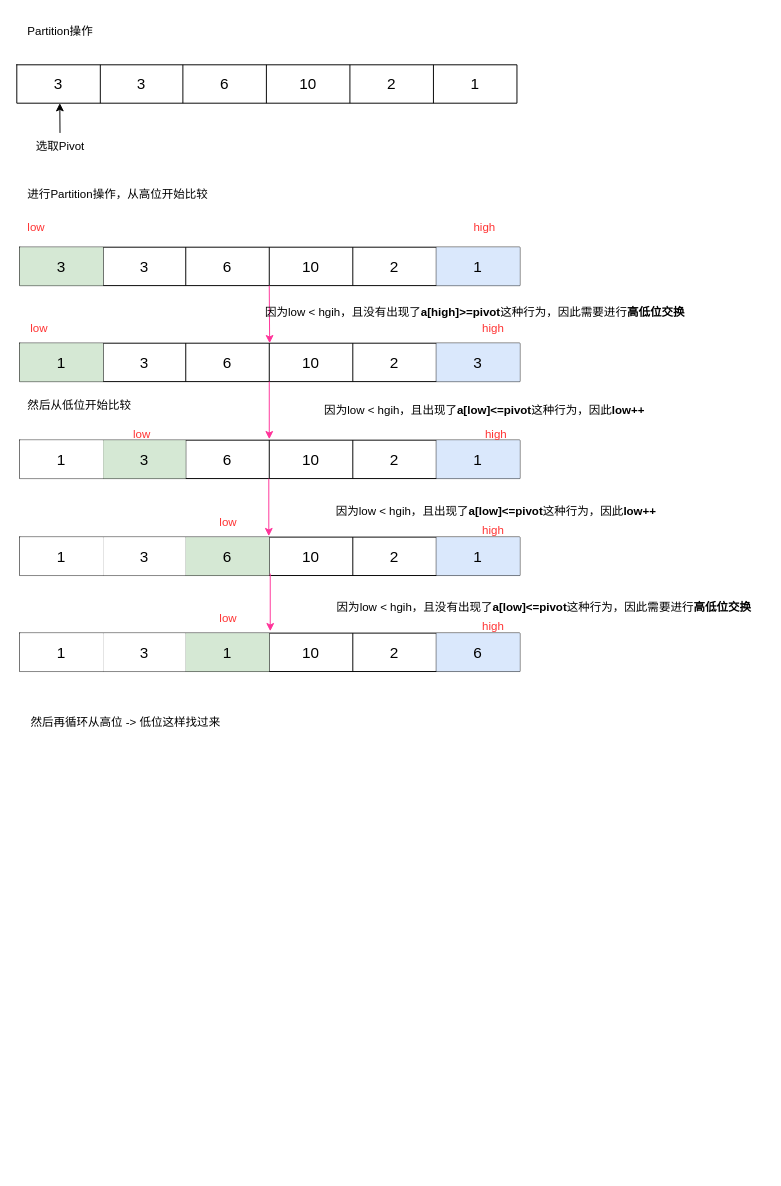
Before: 快速排序.drawio in poetlife/diagrams, a draw.io diagram. Source tidied: cells renumbered, new cells numbered last; positions are measured from the earlier drawing's top-left corner, leaving out a move shared by most shapes. Both pictures are drawn from the tidied source at 96%, with x=0, y=0 at pixel (16, 16).
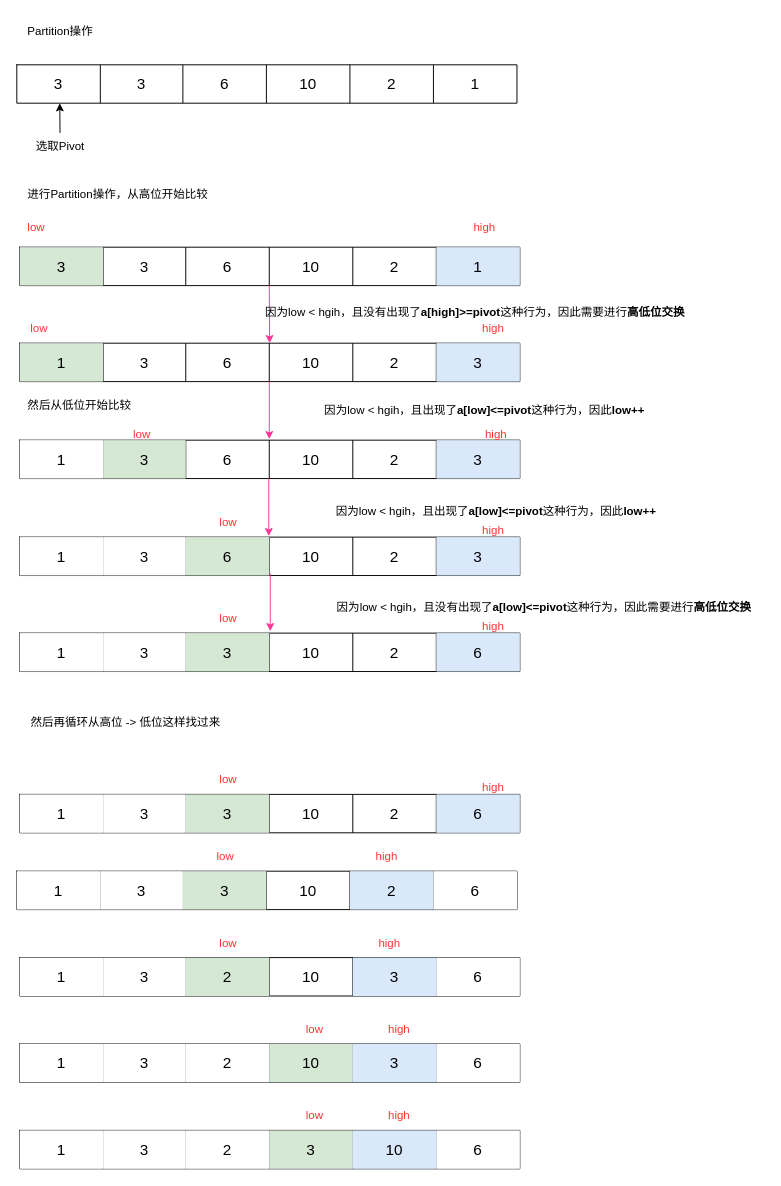
The same diagram, later.

Commit message:
更新快速排序.drawio

Unchanged cells that the change refers to:
```xml
<mxCell id="37" style="shape=tableRow;horizontal=0;startSize=0;swimlaneHead=0;swimlaneBody=0;strokeColor=inherit;top=0;left=0;bottom=0;right=0;fillColor=none;fontSize=16;" parent="36" vertex="1">
  <mxGeometry width="521" height="40" as="geometry" />
</mxCell>
<mxCell id="50" style="shape=tableRow;horizontal=0;startSize=0;swimlaneHead=0;swimlaneBody=0;strokeColor=inherit;top=0;left=0;bottom=0;right=0;fillColor=none;fontSize=16;" parent="49" vertex="1">
  <mxGeometry width="521" height="40" as="geometry" />
</mxCell>
<mxCell id="62" style="shape=tableRow;horizontal=0;startSize=0;swimlaneHead=0;swimlaneBody=0;strokeColor=inherit;top=0;left=0;bottom=0;right=0;fillColor=none;fontSize=16;" parent="61" vertex="1">
  <mxGeometry width="521" height="40" as="geometry" />
</mxCell>
```

Change to the diagram source:
```diff
@@
-    <mxCell id="43" value="1" style="shape=partialRectangle;html=1;whiteSpace=wrap;strokeColor=#6c8ebf;overflow=hidden;fillColor=#dae8fc;top=0;left=0;bottom=0;right=0;fontSize=16;" parent="37" vertex="1">
+    <mxCell id="43" value="3" style="shape=partialRectangle;html=1;whiteSpace=wrap;strokeColor=#6c8ebf;overflow=hidden;fillColor=#dae8fc;top=0;left=0;bottom=0;right=0;fontSize=16;" parent="37" vertex="1">
       <mxGeometry x="434" width="87" height="40" as="geometry" />
     </mxCell>
@@
-    <mxCell id="56" value="1" style="shape=partialRectangle;html=1;whiteSpace=wrap;strokeColor=#6c8ebf;overflow=hidden;fillColor=#dae8fc;top=0;left=0;bottom=0;right=0;fontSize=16;" parent="50" vertex="1">
+    <mxCell id="56" value="3" style="shape=partialRectangle;html=1;whiteSpace=wrap;strokeColor=#6c8ebf;overflow=hidden;fillColor=#dae8fc;top=0;left=0;bottom=0;right=0;fontSize=16;" parent="50" vertex="1">
       <mxGeometry x="434" width="87" height="40" as="geometry" />
     </mxCell>
@@
-    <mxCell id="65" value="1" style="shape=partialRectangle;html=1;whiteSpace=wrap;strokeColor=#82b366;overflow=hidden;fillColor=#d5e8d4;top=0;left=0;bottom=0;right=0;fontSize=16;" parent="62" vertex="1">
+    <mxCell id="65" value="3" style="shape=partialRectangle;html=1;whiteSpace=wrap;strokeColor=#82b366;overflow=hidden;fillColor=#d5e8d4;top=0;left=0;bottom=0;right=0;fontSize=16;" parent="62" vertex="1">
       <mxGeometry x="173" width="87" height="40" as="geometry" />
     </mxCell>
@@
+    <mxCell id="74" style="shape=table;startSize=0;childLayout=tableLayout;fontSize=16;" parent="1" vertex="1">
+      <mxGeometry x="3" y="810" width="521" height="40" as="geometry" />
+    </mxCell>
+    <mxCell id="75" style="shape=tableRow;horizontal=0;startSize=0;swimlaneHead=0;swimlaneBody=0;strokeColor=inherit;top=0;left=0;bottom=0;right=0;fillColor=none;fontSize=16;" parent="74" vertex="1">
+      <mxGeometry width="521" height="40" as="geometry" />
+    </mxCell>
+    <mxCell id="76" value="1" style="shape=partialRectangle;html=1;whiteSpace=wrap;overflow=hidden;top=0;left=0;bottom=0;right=0;fontSize=16;" parent="75" vertex="1">
+      <mxGeometry width="87" height="40" as="geometry" />
+    </mxCell>
+    <mxCell id="77" value="3" style="shape=partialRectangle;html=1;whiteSpace=wrap;overflow=hidden;top=0;left=0;bottom=0;right=0;fontSize=16;" parent="75" vertex="1">
+      <mxGeometry x="87" width="86" height="40" as="geometry" />
+    </mxCell>
+    <mxCell id="78" value="3" style="shape=partialRectangle;html=1;whiteSpace=wrap;strokeColor=#82b366;overflow=hidden;fillColor=#d5e8d4;top=0;left=0;bottom=0;right=0;fontSize=16;" parent="75" vertex="1">
+      <mxGeometry x="173" width="87" height="40" as="geometry" />
+    </mxCell>
+    <mxCell id="79" value="10" style="shape=partialRectangle;html=1;whiteSpace=wrap;strokeColor=inherit;overflow=hidden;fillColor=none;top=0;left=0;bottom=0;right=0;fontSize=16;" parent="75" vertex="1">
+      <mxGeometry x="260" width="87" height="40" as="geometry" />
+    </mxCell>
+    <mxCell id="80" value="2" style="shape=partialRectangle;html=1;whiteSpace=wrap;strokeColor=inherit;overflow=hidden;fillColor=none;top=0;left=0;bottom=0;right=0;fontSize=16;" parent="75" vertex="1">
+      <mxGeometry x="347" width="87" height="40" as="geometry" />
+    </mxCell>
+    <mxCell id="81" value="6" style="shape=partialRectangle;html=1;whiteSpace=wrap;strokeColor=#6c8ebf;overflow=hidden;fillColor=#dae8fc;top=0;left=0;bottom=0;right=0;fontSize=16;" parent="75" vertex="1">
+      <mxGeometry x="434" width="87" height="40" as="geometry" />
+    </mxCell>
+    <mxCell id="82" value="&lt;font color=&quot;#ff3333&quot;&gt;low&lt;/font&gt;" style="text;html=1;align=center;verticalAlign=middle;strokeColor=none;fillColor=none;" parent="1" vertex="1">
+      <mxGeometry x="200" y="780" width="40" height="30" as="geometry" />
+    </mxCell>
+    <mxCell id="83" value="&lt;font color=&quot;#ff3333&quot;&gt;high&lt;/font&gt;" style="text;html=1;align=center;verticalAlign=middle;strokeColor=none;fillColor=none;" parent="1" vertex="1">
+      <mxGeometry x="471" y="788" width="50" height="30" as="geometry" />
+    </mxCell>
+    <mxCell id="84" style="shape=table;startSize=0;childLayout=tableLayout;fontSize=16;" parent="1" vertex="1">
+      <mxGeometry y="890" width="521" height="40" as="geometry" />
+    </mxCell>
+    <mxCell id="85" style="shape=tableRow;horizontal=0;startSize=0;swimlaneHead=0;swimlaneBody=0;strokeColor=inherit;top=0;left=0;bottom=0;right=0;fillColor=none;fontSize=16;" parent="84" vertex="1">
+      <mxGeometry width="521" height="40" as="geometry" />
+    </mxCell>
+    <mxCell id="86" value="1" style="shape=partialRectangle;html=1;whiteSpace=wrap;overflow=hidden;top=0;left=0;bottom=0;right=0;fontSize=16;" parent="85" vertex="1">
+      <mxGeometry width="87" height="40" as="geometry" />
+    </mxCell>
+    <mxCell id="87" value="3" style="shape=partialRectangle;html=1;whiteSpace=wrap;overflow=hidden;top=0;left=0;bottom=0;right=0;fontSize=16;" parent="85" vertex="1">
+      <mxGeometry x="87" width="86" height="40" as="geometry" />
+    </mxCell>
+    <mxCell id="88" value="3" style="shape=partialRectangle;html=1;whiteSpace=wrap;strokeColor=#82b366;overflow=hidden;fillColor=#d5e8d4;top=0;left=0;bottom=0;right=0;fontSize=16;" parent="85" vertex="1">
+      <mxGeometry x="173" width="87" height="40" as="geometry" />
+    </mxCell>
+    <mxCell id="89" value="10" style="shape=partialRectangle;html=1;whiteSpace=wrap;strokeColor=inherit;overflow=hidden;fillColor=none;top=0;left=0;bottom=0;right=0;fontSize=16;" parent="85" vertex="1">
+      <mxGeometry x="260" width="87" height="40" as="geometry" />
+    </mxCell>
+    <mxCell id="90" value="2" style="shape=partialRectangle;html=1;whiteSpace=wrap;strokeColor=#6c8ebf;overflow=hidden;fillColor=#dae8fc;top=0;left=0;bottom=0;right=0;fontSize=16;" parent="85" vertex="1">
+      <mxGeometry x="347" width="87" height="40" as="geometry" />
+    </mxCell>
+    <mxCell id="91" value="6" style="shape=partialRectangle;html=1;whiteSpace=wrap;overflow=hidden;top=0;left=0;bottom=0;right=0;fontSize=16;" parent="85" vertex="1">
+      <mxGeometry x="434" width="87" height="40" as="geometry" />
+    </mxCell>
+    <mxCell id="92" value="&lt;font color=&quot;#ff3333&quot;&gt;low&lt;/font&gt;" style="text;html=1;align=center;verticalAlign=middle;strokeColor=none;fillColor=none;" parent="1" vertex="1">
+      <mxGeometry x="197" y="860" width="40" height="30" as="geometry" />
+    </mxCell>
+    <mxCell id="93" value="&lt;font color=&quot;#ff3333&quot;&gt;high&lt;/font&gt;" style="text;html=1;align=center;verticalAlign=middle;strokeColor=none;fillColor=none;" parent="1" vertex="1">
+      <mxGeometry x="360" y="860" width="50" height="30" as="geometry" />
+    </mxCell>
+    <mxCell id="94" style="shape=table;startSize=0;childLayout=tableLayout;fontSize=16;" parent="1" vertex="1">
+      <mxGeometry x="3" y="980" width="521" height="40" as="geometry" />
+    </mxCell>
+    <mxCell id="95" style="shape=tableRow;horizontal=0;startSize=0;swimlaneHead=0;swimlaneBody=0;strokeColor=inherit;top=0;left=0;bottom=0;right=0;fillColor=none;fontSize=16;" parent="94" vertex="1">
+      <mxGeometry width="521" height="40" as="geometry" />
+    </mxCell>
+    <mxCell id="96" value="1" style="shape=partialRectangle;html=1;whiteSpace=wrap;overflow=hidden;top=0;left=0;bottom=0;right=0;fontSize=16;" parent="95" vertex="1">
+      <mxGeometry width="87" height="40" as="geometry" />
+    </mxCell>
+    <mxCell id="97" value="3" style="shape=partialRectangle;html=1;whiteSpace=wrap;overflow=hidden;top=0;left=0;bottom=0;right=0;fontSize=16;" parent="95" vertex="1">
+      <mxGeometry x="87" width="86" height="40" as="geometry" />
+    </mxCell>
+    <mxCell id="98" value="2" style="shape=partialRectangle;html=1;whiteSpace=wrap;strokeColor=#82b366;overflow=hidden;fillColor=#d5e8d4;top=0;left=0;bottom=0;right=0;fontSize=16;" parent="95" vertex="1">
+      <mxGeometry x="173" width="87" height="40" as="geometry" />
+    </mxCell>
+    <mxCell id="99" value="10" style="shape=partialRectangle;html=1;whiteSpace=wrap;strokeColor=inherit;overflow=hidden;fillColor=none;top=0;left=0;bottom=0;right=0;fontSize=16;" parent="95" vertex="1">
+      <mxGeometry x="260" width="87" height="40" as="geometry" />
+    </mxCell>
+    <mxCell id="100" value="3" style="shape=partialRectangle;html=1;whiteSpace=wrap;strokeColor=#6c8ebf;overflow=hidden;fillColor=#dae8fc;top=0;left=0;bottom=0;right=0;fontSize=16;" parent="95" vertex="1">
+      <mxGeometry x="347" width="87" height="40" as="geometry" />
+    </mxCell>
+    <mxCell id="101" value="6" style="shape=partialRectangle;html=1;whiteSpace=wrap;overflow=hidden;top=0;left=0;bottom=0;right=0;fontSize=16;" parent="95" vertex="1">
+      <mxGeometry x="434" width="87" height="40" as="geometry" />
+    </mxCell>
+    <mxCell id="102" value="&lt;font color=&quot;#ff3333&quot;&gt;low&lt;/font&gt;" style="text;html=1;align=center;verticalAlign=middle;strokeColor=none;fillColor=none;" parent="1" vertex="1">
+      <mxGeometry x="200" y="950" width="40" height="30" as="geometry" />
+    </mxCell>
+    <mxCell id="103" value="&lt;font color=&quot;#ff3333&quot;&gt;high&lt;/font&gt;" style="text;html=1;align=center;verticalAlign=middle;strokeColor=none;fillColor=none;" parent="1" vertex="1">
+      <mxGeometry x="363" y="950" width="50" height="30" as="geometry" />
+    </mxCell>
+    <mxCell id="104" style="shape=table;startSize=0;childLayout=tableLayout;fontSize=16;" parent="1" vertex="1">
+      <mxGeometry x="3" y="1070" width="521" height="40" as="geometry" />
+    </mxCell>
+    <mxCell id="105" style="shape=tableRow;horizontal=0;startSize=0;swimlaneHead=0;swimlaneBody=0;strokeColor=inherit;top=0;left=0;bottom=0;right=0;fillColor=none;fontSize=16;" parent="104" vertex="1">
+      <mxGeometry width="521" height="40" as="geometry" />
+    </mxCell>
+    <mxCell id="106" value="1" style="shape=partialRectangle;html=1;whiteSpace=wrap;overflow=hidden;top=0;left=0;bottom=0;right=0;fontSize=16;" parent="105" vertex="1">
+      <mxGeometry width="87" height="40" as="geometry" />
+    </mxCell>
+    <mxCell id="107" value="3" style="shape=partialRectangle;html=1;whiteSpace=wrap;overflow=hidden;top=0;left=0;bottom=0;right=0;fontSize=16;" parent="105" vertex="1">
+      <mxGeometry x="87" width="86" height="40" as="geometry" />
+    </mxCell>
+    <mxCell id="108" value="2" style="shape=partialRectangle;html=1;whiteSpace=wrap;overflow=hidden;top=0;left=0;bottom=0;right=0;fontSize=16;" parent="105" vertex="1">
+      <mxGeometry x="173" width="87" height="40" as="geometry" />
+    </mxCell>
+    <mxCell id="109" value="10" style="shape=partialRectangle;html=1;whiteSpace=wrap;strokeColor=#82b366;overflow=hidden;fillColor=#d5e8d4;top=0;left=0;bottom=0;right=0;fontSize=16;" parent="105" vertex="1">
+      <mxGeometry x="260" width="87" height="40" as="geometry" />
+    </mxCell>
+    <mxCell id="110" value="3" style="shape=partialRectangle;html=1;whiteSpace=wrap;strokeColor=#6c8ebf;overflow=hidden;fillColor=#dae8fc;top=0;left=0;bottom=0;right=0;fontSize=16;" parent="105" vertex="1">
+      <mxGeometry x="347" width="87" height="40" as="geometry" />
+    </mxCell>
+    <mxCell id="111" value="6" style="shape=partialRectangle;html=1;whiteSpace=wrap;overflow=hidden;top=0;left=0;bottom=0;right=0;fontSize=16;" parent="105" vertex="1">
+      <mxGeometry x="434" width="87" height="40" as="geometry" />
+    </mxCell>
+    <mxCell id="112" value="&lt;font color=&quot;#ff3333&quot;&gt;low&lt;/font&gt;" style="text;html=1;align=center;verticalAlign=middle;strokeColor=none;fillColor=none;" parent="1" vertex="1">
+      <mxGeometry x="290" y="1040" width="40" height="30" as="geometry" />
+    </mxCell>
+    <mxCell id="113" value="&lt;font color=&quot;#ff3333&quot;&gt;high&lt;/font&gt;" style="text;html=1;align=center;verticalAlign=middle;strokeColor=none;fillColor=none;" parent="1" vertex="1">
+      <mxGeometry x="373" y="1040" width="50" height="30" as="geometry" />
+    </mxCell>
+    <mxCell id="114" style="shape=table;startSize=0;childLayout=tableLayout;fontSize=16;" parent="1" vertex="1">
+      <mxGeometry x="3" y="1160" width="521" height="40" as="geometry" />
+    </mxCell>
+    <mxCell id="115" style="shape=tableRow;horizontal=0;startSize=0;swimlaneHead=0;swimlaneBody=0;strokeColor=inherit;top=0;left=0;bottom=0;right=0;fillColor=none;fontSize=16;" parent="114" vertex="1">
+      <mxGeometry width="521" height="40" as="geometry" />
+    </mxCell>
+    <mxCell id="116" value="1" style="shape=partialRectangle;html=1;whiteSpace=wrap;overflow=hidden;top=0;left=0;bottom=0;right=0;fontSize=16;" parent="115" vertex="1">
+      <mxGeometry width="87" height="40" as="geometry" />
+    </mxCell>
+    <mxCell id="117" value="3" style="shape=partialRectangle;html=1;whiteSpace=wrap;overflow=hidden;top=0;left=0;bottom=0;right=0;fontSize=16;" parent="115" vertex="1">
+      <mxGeometry x="87" width="86" height="40" as="geometry" />
+    </mxCell>
+    <mxCell id="118" value="2" style="shape=partialRectangle;html=1;whiteSpace=wrap;overflow=hidden;top=0;left=0;bottom=0;right=0;fontSize=16;" parent="115" vertex="1">
+      <mxGeometry x="173" width="87" height="40" as="geometry" />
+    </mxCell>
+    <mxCell id="119" value="3" style="shape=partialRectangle;html=1;whiteSpace=wrap;strokeColor=#82b366;overflow=hidden;fillColor=#d5e8d4;top=0;left=0;bottom=0;right=0;fontSize=16;" parent="115" vertex="1">
+      <mxGeometry x="260" width="87" height="40" as="geometry" />
+    </mxCell>
+    <mxCell id="120" value="10" style="shape=partialRectangle;html=1;whiteSpace=wrap;strokeColor=#6c8ebf;overflow=hidden;fillColor=#dae8fc;top=0;left=0;bottom=0;right=0;fontSize=16;" parent="115" vertex="1">
+      <mxGeometry x="347" width="87" height="40" as="geometry" />
+    </mxCell>
+    <mxCell id="121" value="6" style="shape=partialRectangle;html=1;whiteSpace=wrap;overflow=hidden;top=0;left=0;bottom=0;right=0;fontSize=16;" parent="115" vertex="1">
+      <mxGeometry x="434" width="87" height="40" as="geometry" />
+    </mxCell>
+    <mxCell id="122" value="&lt;font color=&quot;#ff3333&quot;&gt;low&lt;/font&gt;" style="text;html=1;align=center;verticalAlign=middle;strokeColor=none;fillColor=none;" parent="1" vertex="1">
+      <mxGeometry x="290" y="1130" width="40" height="30" as="geometry" />
+    </mxCell>
+    <mxCell id="123" value="&lt;font color=&quot;#ff3333&quot;&gt;high&lt;/font&gt;" style="text;html=1;align=center;verticalAlign=middle;strokeColor=none;fillColor=none;" parent="1" vertex="1">
+      <mxGeometry x="373" y="1130" width="50" height="30" as="geometry" />
+    </mxCell>
```
